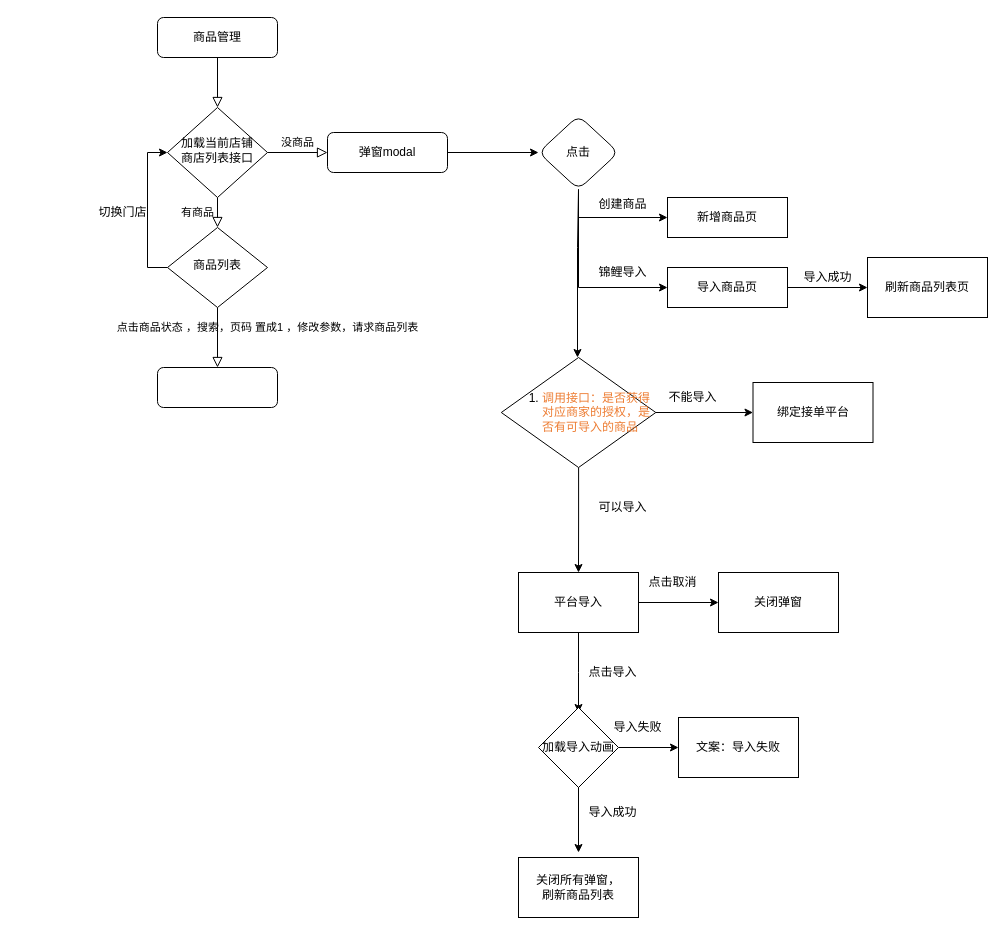
1sunzichen/1 keeps this draw.io diagram as 商品管理.drawio. Above is the earlier version. Source tidied: cells renumbered, new cells numbered last; positions are measured from the earlier drawing's top-left corner, leaving out a move shared by most shapes. Both pictures are drawn from the tidied source at 100%, with x=0, y=0 at pixel (87, 17).
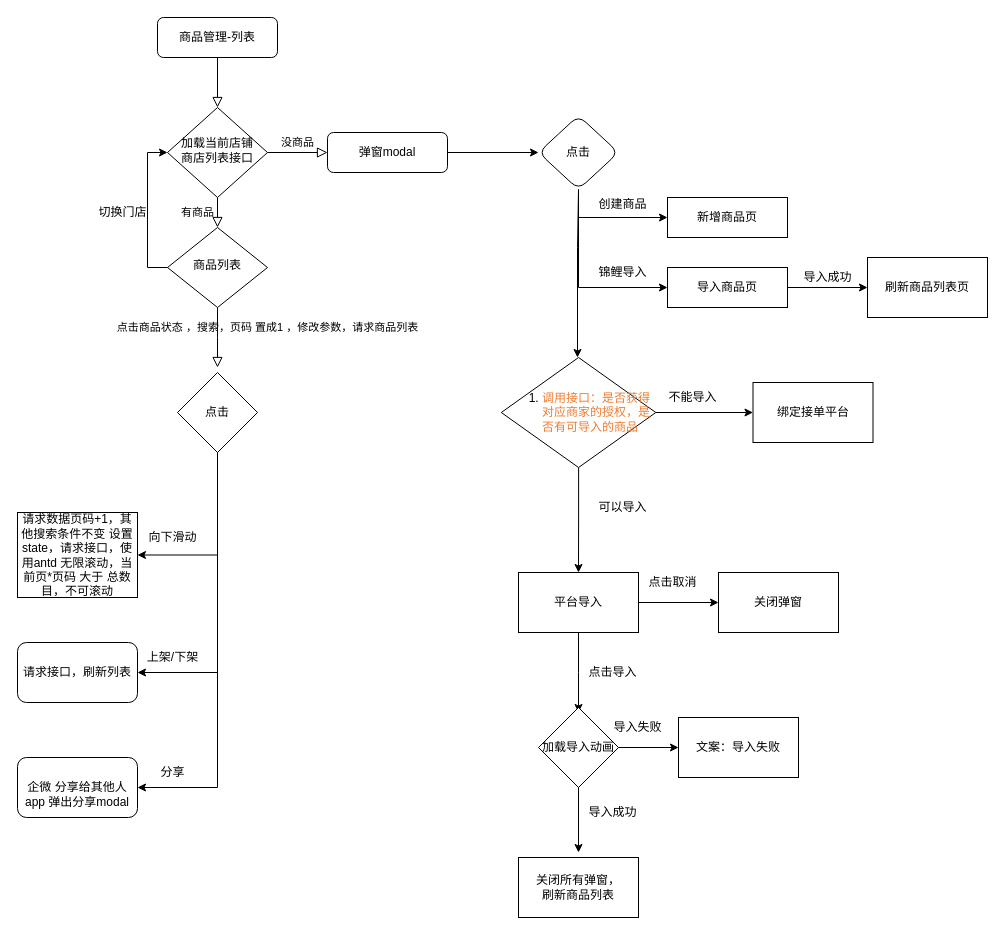
The same page after the edit.

Commit message:
更新商品管理.drawio

Unchanged cells that the change refers to:
```xml
<mxCell id="11" value="商品列表" style="rhombus;whiteSpace=wrap;html=1;shadow=0;fontFamily=Helvetica;fontSize=12;align=center;strokeWidth=1;spacing=6;spacingTop=-4;" parent="1" vertex="1">
  <mxGeometry x="80" y="210" width="100" height="80" as="geometry" />
</mxCell>
```

The edit, as a diff of the source:
```diff
@@
-    <mxCell id="3" value="商品管理" style="rounded=1;whiteSpace=wrap;html=1;fontSize=12;glass=0;strokeWidth=1;shadow=0;" parent="1" vertex="1">
+    <mxCell id="3" value="商品管理-列表" style="rounded=1;whiteSpace=wrap;html=1;fontSize=12;glass=0;strokeWidth=1;shadow=0;" parent="1" vertex="1">
       <mxGeometry x="70" width="120" height="40" as="geometry" />
     </mxCell>
@@
-    <mxCell id="9" value="点击商品状态 ，搜索，页码 置成1 ，修改参数，请求商品列表" style="rounded=0;html=1;jettySize=auto;fontSize=11;endArrow=block;endFill=0;endSize=8;strokeWidth=1;shadow=0;labelBackgroundColor=none;edgeStyle=orthogonalEdgeStyle;" parent="1" edge="1" source="11" target="12">
-      <mxGeometry x="-0.33" y="50" relative="1" as="geometry" />
+    <mxCell id="9" value="点击商品状态 ，搜索，页码 置成1 ，修改参数，请求商品列表" style="rounded=0;html=1;jettySize=auto;fontSize=11;endArrow=block;endFill=0;endSize=8;strokeWidth=1;shadow=0;labelBackgroundColor=none;edgeStyle=orthogonalEdgeStyle;" parent="1" edge="1" source="11">
+      <mxGeometry x="-0.33" y="50" relative="1" as="geometry">
+        <mxPoint x="130" y="350" as="targetPoint" />
+      </mxGeometry>
     </mxCell>
@@
-    <mxCell id="12" style="rounded=1;whiteSpace=wrap;html=1;fontSize=12;glass=0;strokeWidth=1;shadow=0;" parent="1" vertex="1">
-      <mxGeometry x="70" y="350" width="120" height="40" as="geometry" />
-    </mxCell>
@@
+    <mxCell id="45" style="edgeStyle=orthogonalEdgeStyle;rounded=0;jettySize=auto;html=1;exitX=0.5;exitY=1;exitDx=0;exitDy=0;entryX=1;entryY=0.5;entryDx=0;entryDy=0;" parent="1" edge="1" source="48" target="49">
+      <mxGeometry relative="1" as="geometry" />
+    </mxCell>
+    <mxCell id="46" style="edgeStyle=orthogonalEdgeStyle;rounded=0;jettySize=auto;html=1;exitX=0.5;exitY=1;exitDx=0;exitDy=0;entryX=1;entryY=0.5;entryDx=0;entryDy=0;" parent="1" edge="1" source="48" target="50">
+      <mxGeometry relative="1" as="geometry" />
+    </mxCell>
+    <mxCell id="47" style="edgeStyle=orthogonalEdgeStyle;rounded=0;jettySize=auto;html=1;exitX=0.5;exitY=1;exitDx=0;exitDy=0;entryX=1;entryY=0.5;entryDx=0;entryDy=0;" parent="1" edge="1" source="48" target="53">
+      <mxGeometry relative="1" as="geometry" />
+    </mxCell>
+    <mxCell id="48" value="点击" style="rhombus;whiteSpace=wrap;html=1;" parent="1" vertex="1">
+      <mxGeometry x="90" y="355" width="80" height="80" as="geometry" />
+    </mxCell>
+    <mxCell id="49" value="请求数据页码+1，其他搜索条件不变 设置state，请求接口，使用antd 无限滚动，当前页*页码 大于 总数目，不可滚动" style="whiteSpace=wrap;html=1;" parent="1" vertex="1">
+      <mxGeometry x="-70" y="495" width="120" height="85" as="geometry" />
+    </mxCell>
+    <mxCell id="50" value="请求接口，刷新列表" style="rounded=1;whiteSpace=wrap;html=1;" parent="1" vertex="1">
+      <mxGeometry x="-70" y="625" width="120" height="60" as="geometry" />
+    </mxCell>
+    <mxCell id="51" value="&lt;span style=&quot;&quot;&gt;向下滑动&lt;/span&gt;" style="text;html=1;align=center;verticalAlign=middle;strokeColor=none;fillColor=none;" parent="1" vertex="1">
+      <mxGeometry x="50" y="505" width="70" height="30" as="geometry" />
+    </mxCell>
+    <mxCell id="52" value="上架/下架" style="text;html=1;align=center;verticalAlign=middle;strokeColor=none;fillColor=none;" parent="1" vertex="1">
+      <mxGeometry x="50" y="625" width="70" height="30" as="geometry" />
+    </mxCell>
+    <mxCell id="53" value="&lt;br&gt;企微 分享给其他人&lt;br&gt;app 弹出分享modal" style="rounded=1;whiteSpace=wrap;html=1;" parent="1" vertex="1">
+      <mxGeometry x="-70" y="740" width="120" height="60" as="geometry" />
+    </mxCell>
+    <mxCell id="54" value="分享" style="text;html=1;align=center;verticalAlign=middle;strokeColor=none;fillColor=none;" parent="1" vertex="1">
+      <mxGeometry x="60" y="740" width="50" height="30" as="geometry" />
+    </mxCell>
```
